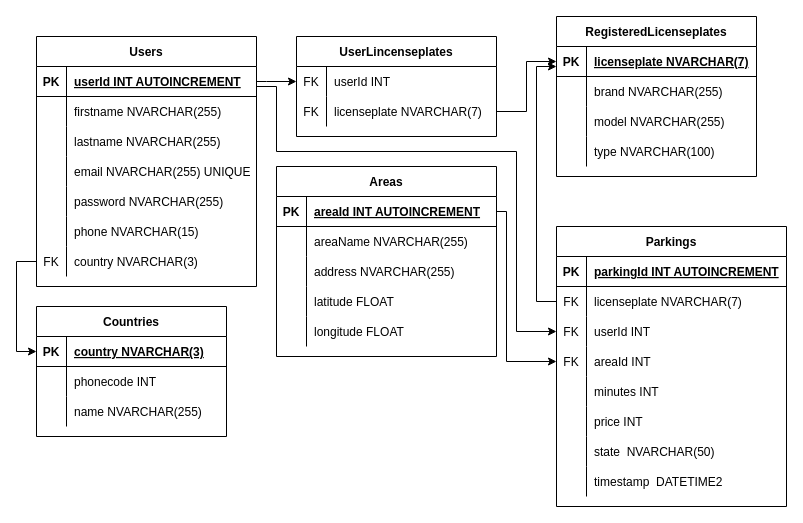
This is backend/misc/ER.drawio from minilange/parkerings-projekt, a draw.io file, before an edit. Source tidied: cells renumbered, new cells numbered last; positions are measured from the earlier drawing's top-left corner, leaving out a move shared by most shapes. Both pictures are drawn from the tidied source at 100%, with x=0, y=0 at pixel (36, 16).
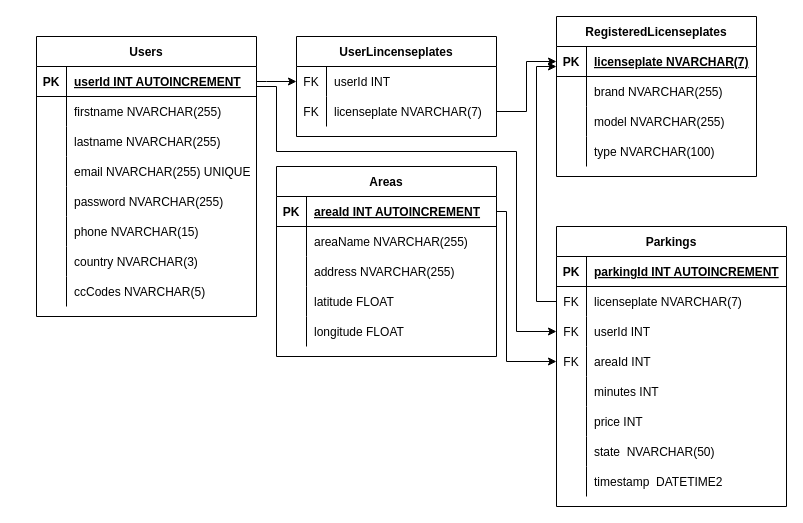
Above is the later version.

Unchanged cells that the change refers to:
```xml
<mxCell id="21" style="shape=tableRow;horizontal=0;startSize=0;swimlaneHead=0;swimlaneBody=0;fillColor=none;points=[[0,0.5],[1,0.5]];portConstraint=eastwest;top=0;left=0;right=0;bottom=0;" parent="2" vertex="1">
  <mxGeometry y="210" width="220" height="30" as="geometry" />
</mxCell>
```

Change to the diagram source:
```diff
@@
     <mxCell id="2" value="Users" style="shape=table;startSize=30;childLayout=tableLayout;rowLines=0;fontStyle=1;align=center;" parent="1" vertex="1">
-      <mxGeometry y="20" width="220" height="250" as="geometry" />
+      <mxGeometry y="20" width="220" height="280" as="geometry" />
     </mxCell>
@@
-    <mxCell id="22" value="FK" style="shape=partialRectangle;fillColor=none;top=0;left=0;bottom=0;right=0;overflow=hidden;" parent="21" vertex="1">
+    <mxCell id="22" style="shape=partialRectangle;fillColor=none;top=0;left=0;bottom=0;right=0;overflow=hidden;" parent="21" vertex="1">
       <mxGeometry width="30" height="30" as="geometry" />
     </mxCell>
@@
-    <mxCell id="24" value="Countries" style="shape=table;startSize=30;childLayout=tableLayout;rowLines=0;fontStyle=1;align=center;" parent="1" vertex="1">
-      <mxGeometry y="290" width="190" height="130" as="geometry" />
-    </mxCell>
-    <mxCell id="25" style="shape=tableRow;horizontal=0;startSize=0;swimlaneHead=0;swimlaneBody=0;fillColor=none;points=[[0,0.5],[1,0.5]];portConstraint=eastwest;top=0;left=0;right=0;bottom=1;" parent="24" vertex="1">
-      <mxGeometry y="30" width="190" height="30" as="geometry" />
-    </mxCell>
-    <mxCell id="26" value="PK" style="shape=partialRectangle;fillColor=none;top=0;left=0;bottom=0;right=0;fontStyle=1;overflow=hidden;" parent="25" vertex="1">
-      <mxGeometry width="30" height="30" as="geometry" />
-    </mxCell>
-    <mxCell id="27" value="country NVARCHAR(3)" style="shape=partialRectangle;fillColor=none;top=0;left=0;bottom=0;right=0;align=left;spacingLeft=6;fontStyle=5;overflow=hidden;" parent="25" vertex="1">
-      <mxGeometry x="30" width="160" height="30" as="geometry" />
-    </mxCell>
-    <mxCell id="28" style="shape=tableRow;horizontal=0;startSize=0;swimlaneHead=0;swimlaneBody=0;fillColor=none;top=0;left=0;right=0;bottom=0;" parent="24" vertex="1">
-      <mxGeometry y="60" width="190" height="30" as="geometry" />
-    </mxCell>
-    <mxCell id="29" style="shape=partialRectangle;fillColor=none;top=0;left=0;bottom=0;right=0;overflow=hidden;" parent="28" vertex="1">
-      <mxGeometry width="30" height="30" as="geometry" />
-    </mxCell>
-    <mxCell id="30" value="phonecode INT" style="shape=partialRectangle;fillColor=none;top=0;left=0;bottom=0;right=0;align=left;spacingLeft=6;overflow=hidden;" parent="28" vertex="1">
-      <mxGeometry x="30" width="160" height="30" as="geometry" />
-    </mxCell>
-    <mxCell id="31" style="shape=tableRow;horizontal=0;startSize=0;swimlaneHead=0;swimlaneBody=0;fillColor=none;top=0;left=0;right=0;bottom=0;" parent="24" vertex="1">
-      <mxGeometry y="90" width="190" height="30" as="geometry" />
-    </mxCell>
-    <mxCell id="32" style="shape=partialRectangle;fillColor=none;top=0;left=0;bottom=0;right=0;overflow=hidden;" parent="31" vertex="1">
-      <mxGeometry width="30" height="30" as="geometry" />
-    </mxCell>
-    <mxCell id="33" value="name NVARCHAR(255)" style="shape=partialRectangle;fillColor=none;top=0;left=0;bottom=0;right=0;align=left;spacingLeft=6;overflow=hidden;" parent="31" vertex="1">
-      <mxGeometry x="30" width="160" height="30" as="geometry" />
-    </mxCell>
-    <mxCell id="34" style="edgeStyle=orthogonalEdgeStyle;rounded=0;jettySize=auto;html=1;entryX=0;entryY=0.5;entryDx=0;entryDy=0;" parent="1" edge="1" source="21" target="25">
-      <mxGeometry relative="1" as="geometry" />
-    </mxCell>
+    <mxCell id="101" style="shape=tableRow;horizontal=0;startSize=0;swimlaneHead=0;swimlaneBody=0;fillColor=none;top=0;left=0;right=0;bottom=0;" parent="2" vertex="1">
+      <mxGeometry y="240" width="220" height="30" as="geometry" />
+    </mxCell>
+    <mxCell id="102" style="shape=partialRectangle;fillColor=none;top=0;left=0;bottom=0;right=0;overflow=hidden;" parent="101" vertex="1">
+      <mxGeometry width="30" height="30" as="geometry" />
+    </mxCell>
+    <mxCell id="103" value="ccCodes NVARCHAR(5)" style="shape=partialRectangle;fillColor=none;top=0;left=0;bottom=0;right=0;align=left;spacingLeft=6;overflow=hidden;" parent="101" vertex="1">
+      <mxGeometry x="30" width="190" height="30" as="geometry" />
+    </mxCell>
```
